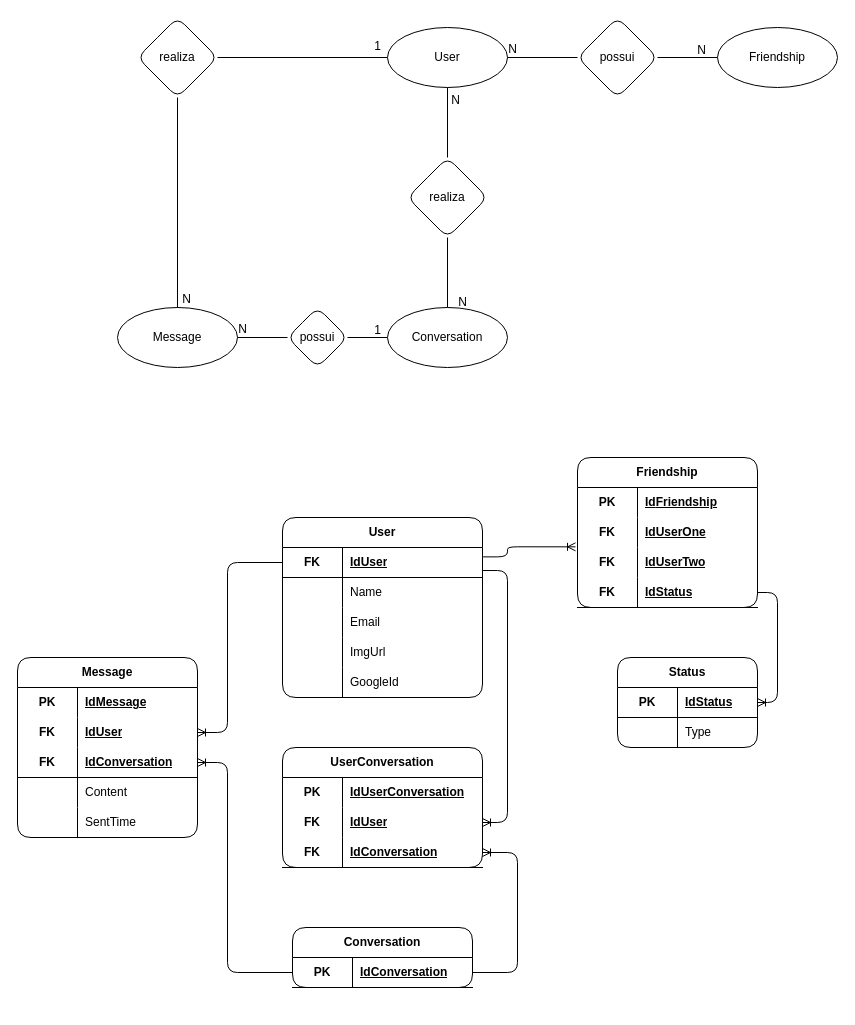
The draw.io diagram Diagrama.drawio in LucasBO7/chat-now, before the edit. Source tidied: cells renumbered, new cells numbered last; positions are measured from the earlier drawing's top-left corner, leaving out a move shared by most shapes. Both pictures are drawn from the tidied source at 100%, with x=0, y=0 at pixel (17, 17).
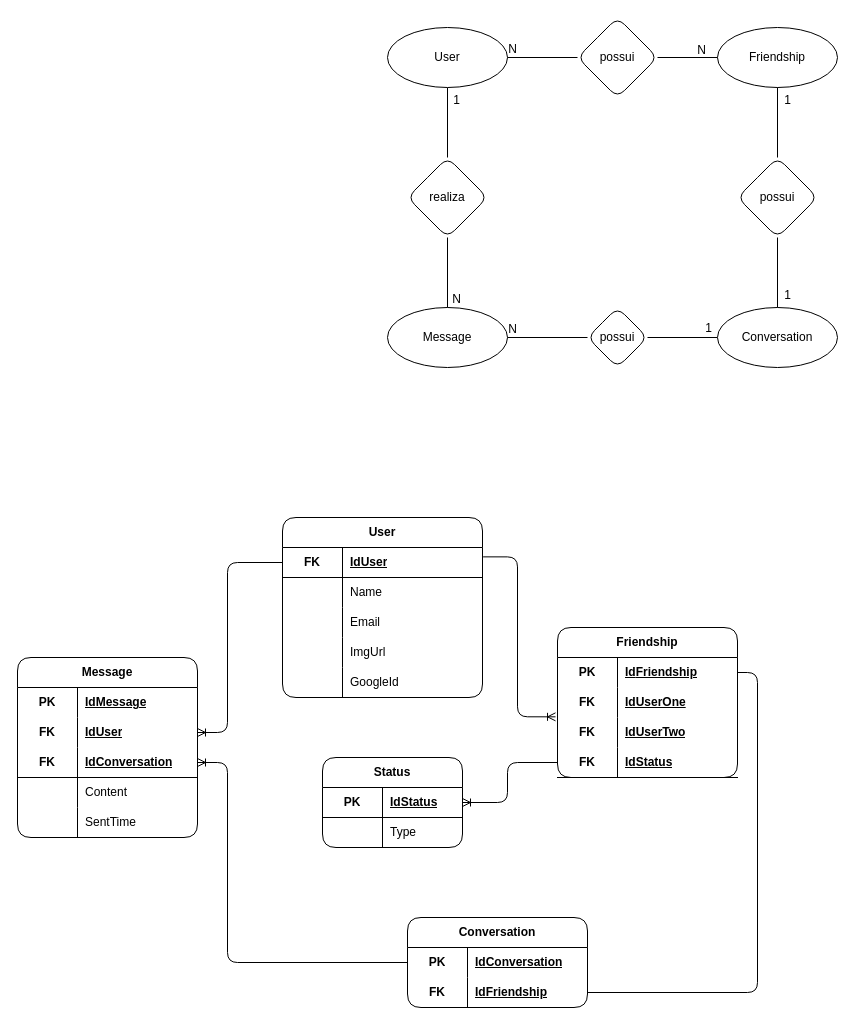
After the change.

Unchanged cells that the change refers to:
```xml
<mxCell id="3" value="User" style="ellipse;whiteSpace=wrap;html=1;rounded=1;" parent="1" vertex="1">
  <mxGeometry x="370" y="10" width="120" height="60" as="geometry" />
</mxCell>
<mxCell id="8" value="Friendship" style="ellipse;whiteSpace=wrap;html=1;rounded=1;" parent="1" vertex="1">
  <mxGeometry x="700" y="10" width="120" height="60" as="geometry" />
</mxCell>
<mxCell id="27" style="shape=tableRow;horizontal=0;startSize=0;swimlaneHead=0;swimlaneBody=0;fillColor=none;points=[[0,0.5],[1,0.5]];portConstraint=eastwest;top=0;left=0;right=0;bottom=1;html=1;rounded=1;" parent="26" vertex="1">
  <mxGeometry y="30" width="200" height="30" as="geometry" />
</mxCell>
<mxCell id="43" style="shape=tableRow;horizontal=0;startSize=0;swimlaneHead=0;swimlaneBody=0;fillColor=none;points=[[0,0.5],[1,0.5]];portConstraint=eastwest;top=0;left=0;right=0;bottom=1;html=1;rounded=1;" parent="42" vertex="1">
  <mxGeometry y="30" width="140" height="30" as="geometry" />
</mxCell>
<mxCell id="56" style="shape=tableRow;horizontal=0;startSize=0;swimlaneHead=0;swimlaneBody=0;fillColor=none;points=[[0,0.5],[1,0.5]];portConstraint=eastwest;top=0;left=0;right=0;bottom=1;html=1;rounded=1;" parent="49" vertex="1">
  <mxGeometry y="90" width="180" height="30" as="geometry" />
</mxCell>
<mxCell id="87" style="shape=tableRow;horizontal=0;startSize=0;swimlaneHead=0;swimlaneBody=0;fillColor=none;points=[[0,0.5],[1,0.5]];portConstraint=eastwest;top=0;left=0;right=0;bottom=0;html=1;rounded=1;" parent="86" vertex="1">
  <mxGeometry y="30" width="180" height="30" as="geometry" />
</mxCell>
<mxCell id="93" style="shape=tableRow;horizontal=0;startSize=0;swimlaneHead=0;swimlaneBody=0;fillColor=none;points=[[0,0.5],[1,0.5]];portConstraint=eastwest;top=0;left=0;right=0;bottom=0;html=1;rounded=1;" parent="86" vertex="1">
  <mxGeometry y="90" width="180" height="30" as="geometry" />
</mxCell>
<mxCell id="96" style="shape=tableRow;horizontal=0;startSize=0;swimlaneHead=0;swimlaneBody=0;fillColor=none;points=[[0,0.5],[1,0.5]];portConstraint=eastwest;top=0;left=0;right=0;bottom=1;html=1;rounded=1;" parent="86" vertex="1">
  <mxGeometry y="120" width="180" height="30" as="geometry" />
</mxCell>
```

What changed in the source:
```diff
@@
-    <mxCell id="2" style="edgeStyle=orthogonalEdgeStyle;rounded=1;jettySize=auto;html=1;entryX=1;entryY=0.5;entryDx=0;entryDy=0;endArrow=none;endFill=0;" parent="1" edge="1" source="3" target="15">
+    <mxCell id="2" style="edgeStyle=orthogonalEdgeStyle;rounded=1;jettySize=auto;html=1;entryX=0.5;entryY=0;entryDx=0;entryDy=0;endArrow=none;endFill=0;" parent="1" edge="1" source="3" target="15">
       <mxGeometry relative="1" as="geometry" />
     </mxCell>
@@
     <mxCell id="4" value="Message" style="ellipse;whiteSpace=wrap;html=1;rounded=1;" parent="1" vertex="1">
-      <mxGeometry x="100" y="290" width="120" height="60" as="geometry" />
+      <mxGeometry x="370" y="290" width="120" height="60" as="geometry" />
     </mxCell>
@@
     <mxCell id="6" value="Conversation" style="ellipse;whiteSpace=wrap;html=1;rounded=1;" parent="1" vertex="1">
-      <mxGeometry x="370" y="290" width="120" height="60" as="geometry" />
+      <mxGeometry x="700" y="290" width="120" height="60" as="geometry" />
     </mxCell>
-    <mxCell id="7" style="edgeStyle=orthogonalEdgeStyle;rounded=1;jettySize=auto;html=1;endArrow=none;endFill=0;exitX=0.5;exitY=1;exitDx=0;exitDy=0;" parent="1" edge="1" source="3" target="17">
-      <mxGeometry relative="1" as="geometry" />
-    </mxCell>
@@
     <mxCell id="15" value="realiza" style="rhombus;whiteSpace=wrap;html=1;rounded=1;" parent="1" vertex="1">
-      <mxGeometry x="120" width="80" height="80" as="geometry" />
+      <mxGeometry x="390" y="140" width="80" height="80" as="geometry" />
     </mxCell>
@@
+    <mxCell id="99" style="edgeStyle=orthogonalEdgeStyle;rounded=0;jettySize=auto;html=1;entryX=0.5;entryY=1;entryDx=0;entryDy=0;endArrow=none;endFill=0;" parent="1" edge="1" source="17" target="8">
+      <mxGeometry relative="1" as="geometry" />
+    </mxCell>
-    <mxCell id="17" value="realiza" style="rhombus;whiteSpace=wrap;html=1;rounded=1;" parent="1" vertex="1">
-      <mxGeometry x="390" y="140" width="80" height="80" as="geometry" />
+    <mxCell id="17" value="possui" style="rhombus;whiteSpace=wrap;html=1;rounded=1;" parent="1" vertex="1">
+      <mxGeometry x="720" y="140" width="80" height="80" as="geometry" />
     </mxCell>
-    <mxCell id="18" value="N" style="text;html=1;align=center;verticalAlign=middle;strokeColor=none;fillColor=none;rounded=1;" parent="1" vertex="1">
-      <mxGeometry x="423" y="68" width="30" height="30" as="geometry" />
-    </mxCell>
-    <mxCell id="19" value="N" style="text;html=1;align=center;verticalAlign=middle;strokeColor=none;fillColor=none;rounded=1;" parent="1" vertex="1">
-      <mxGeometry x="430" y="270" width="30" height="30" as="geometry" />
-    </mxCell>
@@
     <mxCell id="21" value="possui" style="rhombus;whiteSpace=wrap;html=1;rounded=1;" parent="1" vertex="1">
-      <mxGeometry x="270" y="290" width="60" height="60" as="geometry" />
+      <mxGeometry x="570" y="290" width="60" height="60" as="geometry" />
     </mxCell>
     <mxCell id="22" value="1" style="text;html=1;align=center;verticalAlign=middle;strokeColor=none;fillColor=none;rounded=1;" parent="1" vertex="1">
-      <mxGeometry x="345" y="14" width="30" height="30" as="geometry" />
+      <mxGeometry x="424" y="68" width="30" height="30" as="geometry" />
     </mxCell>
     <mxCell id="23" value="N" style="text;html=1;align=center;verticalAlign=middle;strokeColor=none;fillColor=none;rounded=1;" parent="1" vertex="1">
-      <mxGeometry x="154" y="267" width="30" height="30" as="geometry" />
+      <mxGeometry x="424" y="267" width="30" height="30" as="geometry" />
     </mxCell>
     <mxCell id="24" value="N" style="text;html=1;align=center;verticalAlign=middle;strokeColor=none;fillColor=none;rounded=1;" parent="1" vertex="1">
-      <mxGeometry x="210" y="297" width="30" height="30" as="geometry" />
+      <mxGeometry x="480" y="297" width="30" height="30" as="geometry" />
     </mxCell>
     <mxCell id="25" value="1" style="text;html=1;align=center;verticalAlign=middle;strokeColor=none;fillColor=none;rounded=1;" parent="1" vertex="1">
-      <mxGeometry x="345" y="298" width="30" height="30" as="geometry" />
+      <mxGeometry x="676" y="296" width="30" height="30" as="geometry" />
     </mxCell>
@@
     <mxCell id="42" value="Status" style="shape=table;startSize=30;childLayout=tableLayout;rowLines=0;fontStyle=1;align=center;html=1;whiteSpace=wrap;rounded=1;" parent="1" vertex="1">
-      <mxGeometry x="600" y="640" width="140" height="90" as="geometry" />
+      <mxGeometry x="305" y="740" width="140" height="90" as="geometry" />
     </mxCell>
@@
-    <mxCell id="66" value="Conversation" style="shape=table;startSize=30;childLayout=tableLayout;rowLines=0;fontStyle=1;align=center;html=1;whiteSpace=wrap;rounded=1;" parent="1" vertex="1">
-      <mxGeometry x="275" y="910" width="180" height="60" as="geometry" />
-    </mxCell>
-    <mxCell id="67" style="shape=tableRow;horizontal=0;startSize=0;swimlaneHead=0;swimlaneBody=0;fillColor=none;top=0;left=0;right=0;bottom=1;html=1;rounded=1;" parent="66" vertex="1">
-      <mxGeometry y="30" width="180" height="30" as="geometry" />
-    </mxCell>
-    <mxCell id="68" value="PK" style="shape=partialRectangle;fillColor=none;top=0;left=0;bottom=0;right=0;fontStyle=1;overflow=hidden;html=1;whiteSpace=wrap;rounded=1;" parent="67" vertex="1">
-      <mxGeometry width="60" height="30" as="geometry" />
-    </mxCell>
-    <mxCell id="69" value="IdConversation" style="shape=partialRectangle;fillColor=none;top=0;left=0;bottom=0;right=0;align=left;spacingLeft=6;fontStyle=5;overflow=hidden;html=1;whiteSpace=wrap;rounded=1;" parent="67" vertex="1">
-      <mxGeometry x="60" width="120" height="30" as="geometry" />
-    </mxCell>
-    <mxCell id="70" style="edgeStyle=orthogonalEdgeStyle;rounded=1;jettySize=auto;html=1;entryX=1;entryY=0.5;entryDx=0;entryDy=0;endArrow=ERoneToMany;endFill=0;exitX=0;exitY=0.5;exitDx=0;exitDy=0;" parent="1" edge="1" target="56">
+    <mxCell id="70" style="edgeStyle=orthogonalEdgeStyle;rounded=1;jettySize=auto;html=1;entryX=1;entryY=0.5;entryDx=0;entryDy=0;endArrow=ERoneToMany;endFill=0;exitX=0;exitY=0.5;exitDx=0;exitDy=0;" parent="1" edge="1" source="102" target="56">
       <mxGeometry relative="1" as="geometry">
-        <mxPoint x="275" y="955" as="sourcePoint" />
         <Array as="points">
-          <mxPoint x="210" y="955" />
+          <mxPoint x="210" y="945" />
           <mxPoint x="210" y="745" />
         </Array>
       </mxGeometry>
     </mxCell>
-    <mxCell id="71" value="UserConversation" style="shape=table;startSize=30;childLayout=tableLayout;rowLines=0;fontStyle=1;align=center;html=1;whiteSpace=wrap;rounded=1;" parent="1" vertex="1">
-      <mxGeometry x="265" y="730" width="200" height="120" as="geometry" />
-    </mxCell>
-    <mxCell id="72" style="shape=tableRow;horizontal=0;startSize=0;swimlaneHead=0;swimlaneBody=0;fillColor=none;top=0;left=0;right=0;bottom=0;html=1;rounded=1;" parent="71" vertex="1">
-      <mxGeometry y="30" width="200" height="30" as="geometry" />
-    </mxCell>
-    <mxCell id="73" value="PK" style="shape=partialRectangle;fillColor=none;top=0;left=0;bottom=0;right=0;fontStyle=1;overflow=hidden;html=1;whiteSpace=wrap;rounded=1;" parent="72" vertex="1">
-      <mxGeometry width="60" height="30" as="geometry" />
-    </mxCell>
-    <mxCell id="74" value="Id&lt;span style=&quot;text-align: center;&quot;&gt;UserConversation&lt;/span&gt;" style="shape=partialRectangle;fillColor=none;top=0;left=0;bottom=0;right=0;align=left;spacingLeft=6;fontStyle=5;overflow=hidden;html=1;whiteSpace=wrap;rounded=1;" parent="72" vertex="1">
-      <mxGeometry x="60" width="140" height="30" as="geometry" />
-    </mxCell>
-    <mxCell id="75" style="shape=tableRow;horizontal=0;startSize=0;swimlaneHead=0;swimlaneBody=0;fillColor=none;points=[[0,0.5],[1,0.5]];portConstraint=eastwest;top=0;left=0;right=0;bottom=0;html=1;rounded=1;" parent="71" vertex="1">
-      <mxGeometry y="60" width="200" height="30" as="geometry" />
-    </mxCell>
-    <mxCell id="76" value="FK" style="shape=partialRectangle;fillColor=none;top=0;left=0;bottom=0;right=0;fontStyle=1;overflow=hidden;html=1;whiteSpace=wrap;rounded=1;" parent="75" vertex="1">
-      <mxGeometry width="60" height="30" as="geometry" />
-    </mxCell>
-    <mxCell id="77" value="IdUser" style="shape=partialRectangle;fillColor=none;top=0;left=0;bottom=0;right=0;align=left;spacingLeft=6;fontStyle=5;overflow=hidden;html=1;whiteSpace=wrap;rounded=1;" parent="75" vertex="1">
-      <mxGeometry x="60" width="140" height="30" as="geometry" />
-    </mxCell>
-    <mxCell id="78" style="shape=tableRow;horizontal=0;startSize=0;swimlaneHead=0;swimlaneBody=0;fillColor=none;points=[[0,0.5],[1,0.5]];portConstraint=eastwest;top=0;left=0;right=0;bottom=1;html=1;rounded=1;" parent="71" vertex="1">
-      <mxGeometry y="90" width="200" height="30" as="geometry" />
-    </mxCell>
-    <mxCell id="79" value="FK" style="shape=partialRectangle;fillColor=none;top=0;left=0;bottom=0;right=0;fontStyle=1;overflow=hidden;html=1;whiteSpace=wrap;rounded=1;" parent="78" vertex="1">
-      <mxGeometry width="60" height="30" as="geometry" />
-    </mxCell>
-    <mxCell id="80" value="IdConversation" style="shape=partialRectangle;fillColor=none;top=0;left=0;bottom=0;right=0;align=left;spacingLeft=6;fontStyle=5;overflow=hidden;html=1;whiteSpace=wrap;rounded=1;" parent="78" vertex="1">
-      <mxGeometry x="60" width="140" height="30" as="geometry" />
-    </mxCell>
-    <mxCell id="81" style="edgeStyle=orthogonalEdgeStyle;rounded=1;jettySize=auto;html=1;exitX=0.998;exitY=0.768;exitDx=0;exitDy=0;entryX=1;entryY=0.5;entryDx=0;entryDy=0;endArrow=ERoneToMany;endFill=0;exitPerimeter=0;" parent="1" edge="1" source="27" target="75">
-      <mxGeometry relative="1" as="geometry">
-        <Array as="points">
-          <mxPoint x="490" y="553" />
-          <mxPoint x="490" y="805" />
-        </Array>
-      </mxGeometry>
-    </mxCell>
     <mxCell id="82" style="edgeStyle=orthogonalEdgeStyle;rounded=1;jettySize=auto;html=1;exitX=1.003;exitY=0.312;exitDx=0;exitDy=0;entryX=-0.011;entryY=-0.022;entryDx=0;entryDy=0;endArrow=ERoneToMany;endFill=0;exitPerimeter=0;entryPerimeter=0;" parent="1" edge="1" source="27" target="93">
       <mxGeometry relative="1" as="geometry">
         <Array as="points">
-          <mxPoint x="490" y="539" />
-          <mxPoint x="490" y="529" />
+          <mxPoint x="500" y="539" />
+          <mxPoint x="500" y="699" />
         </Array>
       </mxGeometry>
     </mxCell>
@@
-    <mxCell id="84" style="edgeStyle=orthogonalEdgeStyle;rounded=1;jettySize=auto;html=1;exitX=1;exitY=0.5;exitDx=0;exitDy=0;entryX=1;entryY=0.5;entryDx=0;entryDy=0;endArrow=ERoneToMany;endFill=0;" parent="1" edge="1" target="78">
+    <mxCell id="84" style="edgeStyle=orthogonalEdgeStyle;rounded=1;jettySize=auto;html=1;exitX=1;exitY=0.5;exitDx=0;exitDy=0;entryX=1;entryY=0.5;entryDx=0;entryDy=0;endArrow=none;endFill=0;" parent="1" edge="1" source="104" target="87">
       <mxGeometry relative="1" as="geometry">
-        <mxPoint x="455" y="955" as="sourcePoint" />
         <Array as="points">
-          <mxPoint x="500" y="955" />
-          <mxPoint x="500" y="835" />
+          <mxPoint x="740" y="975" />
+          <mxPoint x="740" y="655" />
         </Array>
       </mxGeometry>
     </mxCell>
-    <mxCell id="85" style="edgeStyle=orthogonalEdgeStyle;rounded=1;jettySize=auto;html=1;exitX=1;exitY=0.5;exitDx=0;exitDy=0;entryX=1;entryY=0.5;entryDx=0;entryDy=0;endArrow=ERoneToMany;endFill=0;" parent="1" edge="1" source="96" target="43">
+    <mxCell id="85" style="edgeStyle=orthogonalEdgeStyle;rounded=1;jettySize=auto;html=1;exitX=0;exitY=0.5;exitDx=0;exitDy=0;entryX=1;entryY=0.5;entryDx=0;entryDy=0;endArrow=ERoneToMany;endFill=0;" parent="1" edge="1" source="96" target="43">
       <mxGeometry relative="1" as="geometry">
         <Array as="points">
-          <mxPoint x="760" y="575" />
-          <mxPoint x="760" y="685" />
+          <mxPoint x="490" y="745" />
+          <mxPoint x="490" y="785" />
         </Array>
       </mxGeometry>
     </mxCell>
     <mxCell id="86" value="Friendship" style="shape=table;startSize=30;childLayout=tableLayout;rowLines=0;fontStyle=1;align=center;html=1;whiteSpace=wrap;rounded=1;" parent="1" vertex="1">
-      <mxGeometry x="560" y="440" width="180" height="150" as="geometry" />
+      <mxGeometry x="540" y="610" width="180" height="150" as="geometry" />
     </mxCell>
@@
+    <mxCell id="100" value="1" style="text;html=1;align=center;verticalAlign=middle;strokeColor=none;fillColor=none;" parent="1" vertex="1">
+      <mxGeometry x="755" y="263" width="30" height="30" as="geometry" />
+    </mxCell>
+    <mxCell id="101" value="1" style="text;html=1;align=center;verticalAlign=middle;strokeColor=none;fillColor=none;" parent="1" vertex="1">
+      <mxGeometry x="755" y="68" width="30" height="30" as="geometry" />
+    </mxCell>
+    <mxCell id="66" value="Conversation" style="shape=table;startSize=30;childLayout=tableLayout;rowLines=0;fontStyle=1;align=center;html=1;whiteSpace=wrap;rounded=1;" parent="1" vertex="1">
+      <mxGeometry x="390" y="900" width="180" height="90" as="geometry" />
+    </mxCell>
+    <mxCell id="102" style="shape=tableRow;horizontal=0;startSize=0;swimlaneHead=0;swimlaneBody=0;fillColor=none;points=[[0,0.5],[1,0.5]];portConstraint=eastwest;top=0;left=0;right=0;bottom=0;html=1;rounded=1;" parent="66" vertex="1">
+      <mxGeometry y="30" width="180" height="30" as="geometry" />
+    </mxCell>
+    <mxCell id="103" value="PK" style="shape=partialRectangle;fillColor=none;top=0;left=0;bottom=0;right=0;fontStyle=1;overflow=hidden;html=1;whiteSpace=wrap;rounded=1;" parent="102" vertex="1">
+      <mxGeometry width="60" height="30" as="geometry" />
+    </mxCell>
+    <mxCell id="69" value="IdConversation" style="shape=partialRectangle;fillColor=none;top=0;left=0;bottom=0;right=0;align=left;spacingLeft=6;fontStyle=5;overflow=hidden;html=1;whiteSpace=wrap;rounded=1;" parent="102" vertex="1">
+      <mxGeometry x="60" width="120" height="30" as="geometry" />
+    </mxCell>
+    <mxCell id="104" style="shape=tableRow;horizontal=0;startSize=0;swimlaneHead=0;swimlaneBody=0;fillColor=none;points=[[0,0.5],[1,0.5]];portConstraint=eastwest;top=0;left=0;right=0;bottom=0;html=1;rounded=1;" parent="66" vertex="1">
+      <mxGeometry y="60" width="180" height="30" as="geometry" />
+    </mxCell>
+    <mxCell id="105" value="FK" style="shape=partialRectangle;fillColor=none;top=0;left=0;bottom=0;right=0;fontStyle=1;overflow=hidden;html=1;whiteSpace=wrap;rounded=1;" parent="104" vertex="1">
+      <mxGeometry width="60" height="30" as="geometry" />
+    </mxCell>
+    <mxCell id="106" value="IdFriendship" style="shape=partialRectangle;fillColor=none;top=0;left=0;bottom=0;right=0;align=left;spacingLeft=6;fontStyle=5;overflow=hidden;html=1;whiteSpace=wrap;rounded=1;" parent="104" vertex="1">
+      <mxGeometry x="60" width="120" height="30" as="geometry" />
+    </mxCell>
```
